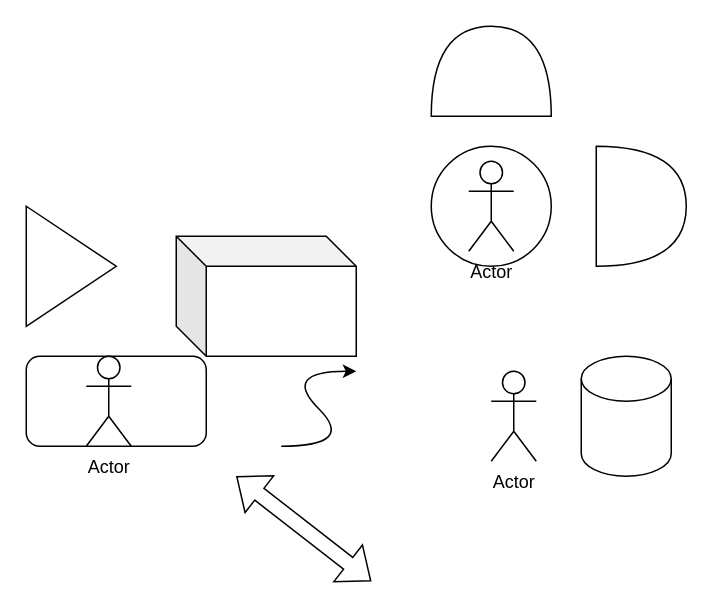
suyu-hash/github_actions_test keeps this draw.io diagram as drawio-assets/test.drawio. Above is the earlier version. Source tidied: cells renumbered, new cells numbered last; positions are measured from the earlier drawing's top-left corner, leaving out a move shared by most shapes. Both pictures are drawn from the tidied source at 150%, with x=0, y=0 at pixel (26, 10).
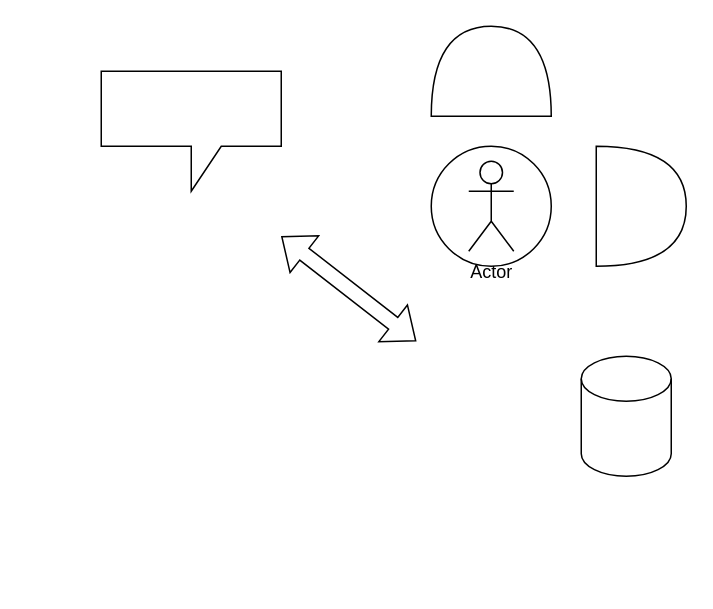
The same diagram, later.

The edit, as a diff of the source:
```diff
@@
 <mxGraphModel>
   <root>
     <mxCell id="0" />
     <mxCell id="1" parent="0" />
-    <mxCell id="2" style="rounded=1;whiteSpace=wrap;html=1;" parent="1" vertex="1">
-      <mxGeometry y="230" width="120" height="60" as="geometry" />
-    </mxCell>
-    <mxCell id="3" style="triangle;whiteSpace=wrap;html=1;" parent="1" vertex="1">
-      <mxGeometry y="130" width="60" height="80" as="geometry" />
-    </mxCell>
     <mxCell id="4" style="shape=cylinder3;whiteSpace=wrap;html=1;boundedLbl=1;backgroundOutline=1;size=15;" parent="1" vertex="1">
       <mxGeometry x="370" y="230" width="60" height="80" as="geometry" />
     </mxCell>
-    <mxCell id="5" value="Actor" style="shape=umlActor;verticalLabelPosition=bottom;verticalAlign=top;html=1;" parent="1" vertex="1">
-      <mxGeometry x="40" y="230" width="30" height="60" as="geometry" />
-    </mxCell>
-    <mxCell id="6" style="shape=cube;whiteSpace=wrap;html=1;boundedLbl=1;backgroundOutline=1;darkOpacity=0.05;darkOpacity2=0.1;" parent="1" vertex="1">
-      <mxGeometry x="100" y="150" width="120" height="80" as="geometry" />
-    </mxCell>
     <mxCell id="7" style="ellipse;whiteSpace=wrap;html=1;" parent="1" vertex="1">
       <mxGeometry x="270" y="90" width="80" height="80" as="geometry" />
     </mxCell>
-    <mxCell id="8" value="Actor" style="shape=umlActor;verticalLabelPosition=bottom;verticalAlign=top;html=1;" parent="1" vertex="1">
-      <mxGeometry x="310" y="240" width="30" height="60" as="geometry" />
-    </mxCell>
-    <mxCell id="9" style="curved=1;endArrow=classic;html=1;rounded=0;" parent="1" edge="1">
-      <mxGeometry relative="1" as="geometry">
-        <mxPoint x="170" y="290" as="sourcePoint" />
-        <mxPoint x="220" y="240" as="targetPoint" />
-        <Array as="points">
-          <mxPoint x="220" y="290" />
-          <mxPoint x="170" y="240" />
-        </Array>
-      </mxGeometry>
-    </mxCell>
     <mxCell id="10" style="shape=or;whiteSpace=wrap;html=1;rotation=-90;" parent="1" vertex="1">
       <mxGeometry x="280" width="60" height="80" as="geometry" />
     </mxCell>
     <mxCell id="11" style="shape=flexArrow;endArrow=classic;startArrow=classic;html=1;rounded=0;" parent="1" edge="1">
       <mxGeometry relative="1" as="geometry">
-        <mxPoint x="140" y="310" as="sourcePoint" />
-        <mxPoint x="230" y="380" as="targetPoint" />
+        <mxPoint x="170" y="150" as="sourcePoint" />
+        <mxPoint x="260" y="220" as="targetPoint" />
       </mxGeometry>
     </mxCell>
     <mxCell id="12" style="shape=or;whiteSpace=wrap;html=1;" parent="1" vertex="1">
       <mxGeometry x="380" y="90" width="60" height="80" as="geometry" />
     </mxCell>
     <mxCell id="13" value="Actor" style="shape=umlActor;verticalLabelPosition=bottom;verticalAlign=top;html=1;" parent="1" vertex="1">
       <mxGeometry x="295" y="100" width="30" height="60" as="geometry" />
     </mxCell>
+    <mxCell id="14" style="shape=callout;whiteSpace=wrap;html=1;perimeter=calloutPerimeter;" parent="1" vertex="1">
+      <mxGeometry x="50" y="40" width="120" height="80" as="geometry" />
+    </mxCell>
   </root>
 </mxGraphModel>
```
